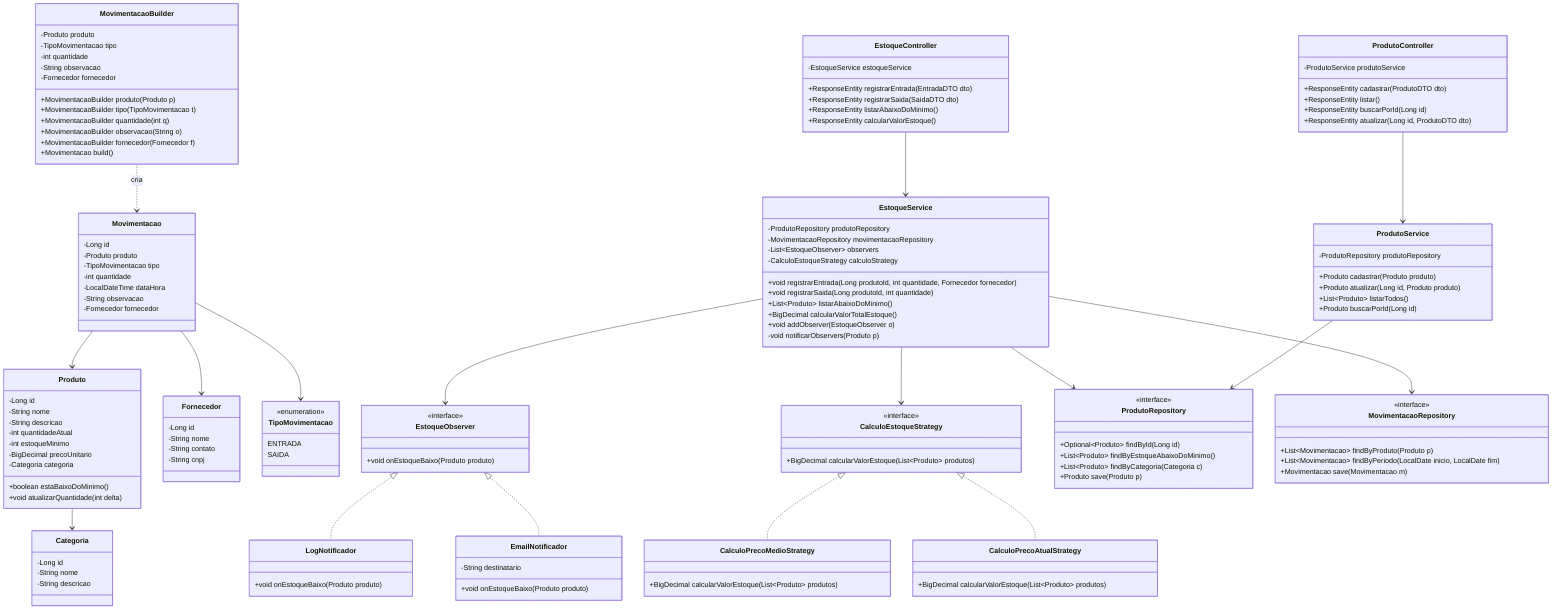
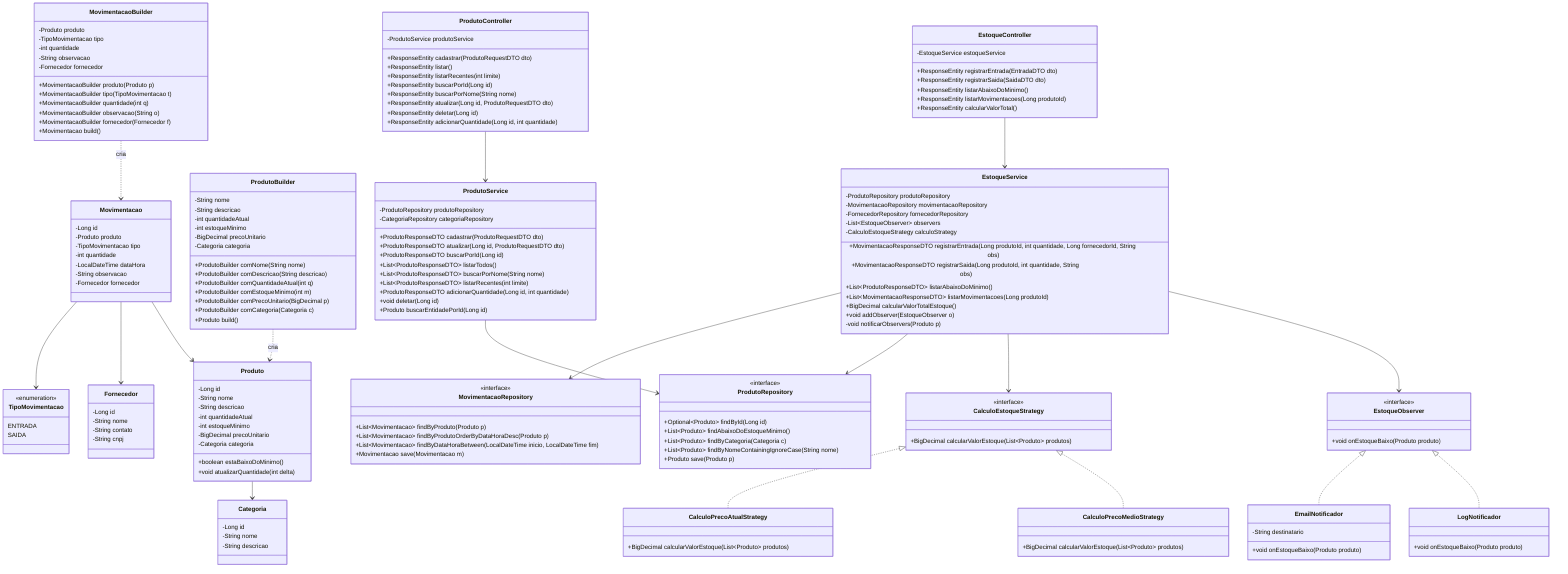
classDiagram
    direction TB

    class Produto {
        -Long id
        -String nome
        -String descricao
        -int quantidadeAtual
        -int estoqueMinimo
        -BigDecimal precoUnitario
        -Categoria categoria
        +boolean estaBaixoDoMinimo()
        +void atualizarQuantidade(int delta)
    }

    class Categoria {
        -Long id
        -String nome
        -String descricao
    }

    class Fornecedor {
        -Long id
        -String nome
        -String contato
        -String cnpj
    }

    class Movimentacao {
        -Long id
        -Produto produto
        -TipoMovimentacao tipo
        -int quantidade
        -LocalDateTime dataHora
        -String observacao
        -Fornecedor fornecedor
    }

    class TipoMovimentacao {
        <<enumeration>>
        ENTRADA
        SAIDA
    }

    class MovimentacaoBuilder {
        -Produto produto
        -TipoMovimentacao tipo
        -int quantidade
        -String observacao
        -Fornecedor fornecedor
        +MovimentacaoBuilder produto(Produto p)
        +MovimentacaoBuilder tipo(TipoMovimentacao t)
        +MovimentacaoBuilder quantidade(int q)
        +MovimentacaoBuilder observacao(String o)
        +MovimentacaoBuilder fornecedor(Fornecedor f)
        +Movimentacao build()
    }

+     class ProdutoBuilder {
+         -String nome
+         -String descricao
+         -int quantidadeAtual
+         -int estoqueMinimo
+         -BigDecimal precoUnitario
+         -Categoria categoria
+         +ProdutoBuilder comNome(String nome)
+         +ProdutoBuilder comDescricao(String descricao)
+         +ProdutoBuilder comQuantidadeAtual(int q)
+         +ProdutoBuilder comEstoqueMinimo(int m)
+         +ProdutoBuilder comPrecoUnitario(BigDecimal p)
+         +ProdutoBuilder comCategoria(Categoria c)
+         +Produto build()
+     }
+ 
    class EstoqueObserver {
        <<interface>>
        +void onEstoqueBaixo(Produto produto)
    }

    class LogNotificador {
        +void onEstoqueBaixo(Produto produto)
    }

    class EmailNotificador {
        -String destinatario
        +void onEstoqueBaixo(Produto produto)
    }

    class CalculoEstoqueStrategy {
        <<interface>>
        +BigDecimal calcularValorEstoque(List~Produto~ produtos)
    }

    class CalculoPrecoMedioStrategy {
        +BigDecimal calcularValorEstoque(List~Produto~ produtos)
    }

    class CalculoPrecoAtualStrategy {
        +BigDecimal calcularValorEstoque(List~Produto~ produtos)
    }

    class ProdutoRepository {
        <<interface>>
        +Optional~Produto~ findById(Long id)
-         +List~Produto~ findByEstoqueAbaixoDoMinimo()
+         +List~Produto~ findAbaixoDoEstoqueMinimo()
        +List~Produto~ findByCategoria(Categoria c)
+         +List~Produto~ findByNomeContainingIgnoreCase(String nome)
        +Produto save(Produto p)
    }

    class MovimentacaoRepository {
        <<interface>>
        +List~Movimentacao~ findByProduto(Produto p)
-         +List~Movimentacao~ findByPeriodo(LocalDate inicio, LocalDate fim)
+         +List~Movimentacao~ findByProdutoOrderByDataHoraDesc(Produto p)
+         +List~Movimentacao~ findByDataHoraBetween(LocalDateTime inicio, LocalDateTime fim)
        +Movimentacao save(Movimentacao m)
    }

    class EstoqueService {
        -ProdutoRepository produtoRepository
        -MovimentacaoRepository movimentacaoRepository
+         -FornecedorRepository fornecedorRepository
        -List~EstoqueObserver~ observers
        -CalculoEstoqueStrategy calculoStrategy
-         +void registrarEntrada(Long produtoId, int quantidade, Fornecedor fornecedor)
-         +void registrarSaida(Long produtoId, int quantidade)
-         +List~Produto~ listarAbaixoDoMinimo()
+         +MovimentacaoResponseDTO registrarEntrada(Long produtoId, int quantidade, Long fornecedorId, String obs)
+         +MovimentacaoResponseDTO registrarSaida(Long produtoId, int quantidade, String obs)
+         +List~ProdutoResponseDTO~ listarAbaixoDoMinimo()
+         +List~MovimentacaoResponseDTO~ listarMovimentacoes(Long produtoId)
        +BigDecimal calcularValorTotalEstoque()
        +void addObserver(EstoqueObserver o)
        -void notificarObservers(Produto p)
    }

    class ProdutoService {
        -ProdutoRepository produtoRepository
-         +Produto cadastrar(Produto produto)
-         +Produto atualizar(Long id, Produto produto)
-         +List~Produto~ listarTodos()
-         +Produto buscarPorId(Long id)
+         -CategoriaRepository categoriaRepository
+         +ProdutoResponseDTO cadastrar(ProdutoRequestDTO dto)
+         +ProdutoResponseDTO atualizar(Long id, ProdutoRequestDTO dto)
+         +ProdutoResponseDTO buscarPorId(Long id)
+         +List~ProdutoResponseDTO~ listarTodos()
+         +List~ProdutoResponseDTO~ buscarPorNome(String nome)
+         +List~ProdutoResponseDTO~ listarRecentes(int limite)
+         +ProdutoResponseDTO adicionarQuantidade(Long id, int quantidade)
+         +void deletar(Long id)
+         +Produto buscarEntidadePorId(Long id)
    }

    class EstoqueController {
        -EstoqueService estoqueService
        +ResponseEntity registrarEntrada(EntradaDTO dto)
        +ResponseEntity registrarSaida(SaidaDTO dto)
        +ResponseEntity listarAbaixoDoMinimo()
-         +ResponseEntity calcularValorEstoque()
+         +ResponseEntity listarMovimentacoes(Long produtoId)
+         +ResponseEntity calcularValorTotal()
    }

    class ProdutoController {
        -ProdutoService produtoService
-         +ResponseEntity cadastrar(ProdutoDTO dto)
+         +ResponseEntity cadastrar(ProdutoRequestDTO dto)
        +ResponseEntity listar()
+         +ResponseEntity listarRecentes(int limite)
        +ResponseEntity buscarPorId(Long id)
-         +ResponseEntity atualizar(Long id, ProdutoDTO dto)
+         +ResponseEntity buscarPorNome(String nome)
+         +ResponseEntity atualizar(Long id, ProdutoRequestDTO dto)
+         +ResponseEntity deletar(Long id)
+         +ResponseEntity adicionarQuantidade(Long id, int quantidade)
    }

    %% Relacionamentos de domínio
    Produto --> Categoria
    Movimentacao --> Produto
    Movimentacao --> Fornecedor
    Movimentacao --> TipoMovimentacao
    MovimentacaoBuilder ..> Movimentacao : cria
- 
- 
+     ProdutoBuilder ..> Produto : cria

    %% Observer
    EstoqueObserver <|.. LogNotificador
    EstoqueObserver <|.. EmailNotificador
    EstoqueService --> EstoqueObserver

    %% Strategy
    CalculoEstoqueStrategy <|.. CalculoPrecoMedioStrategy
    CalculoEstoqueStrategy <|.. CalculoPrecoAtualStrategy
    EstoqueService --> CalculoEstoqueStrategy

    %% Repositories (DIP)
    EstoqueService --> ProdutoRepository
    EstoqueService --> MovimentacaoRepository
    ProdutoService --> ProdutoRepository

    %% Controllers
    EstoqueController --> EstoqueService
    ProdutoController --> ProdutoService
- 
- %% Builder para criação de movimentações
- %% Observer para alertas de estoque baixo
- %% Strategy para diferentes formas de cálculo do estoque
- %% Repository para abstração da persistência de dados
- %% Service concentra as regras de negócio
- %% Controller expõe as operações da API